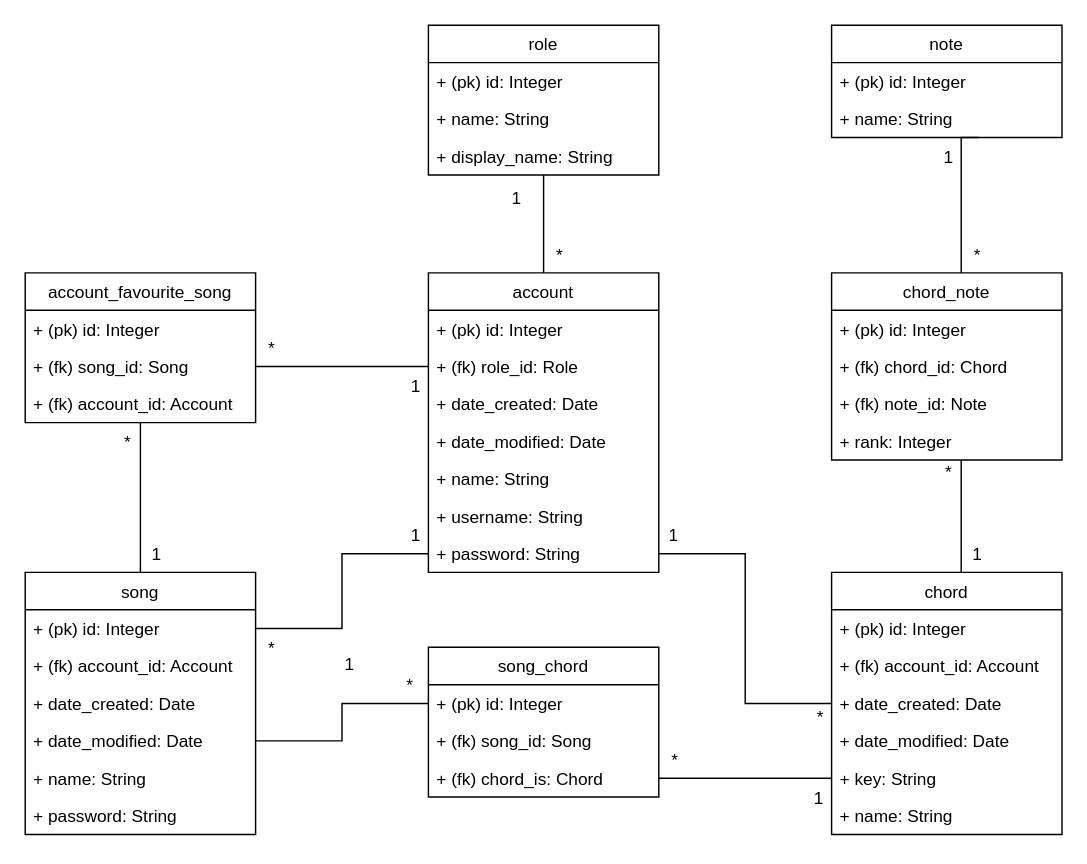
Earlier version of the draw.io diagram documentation/recourses/ChordDB_diagram.drawio (otahontas/chords). Source tidied: cells renumbered, new cells numbered last; positions are measured from the earlier drawing's top-left corner, leaving out a move shared by most shapes. Both pictures are drawn from the tidied source at 144%, with x=0, y=0 at pixel (24, 24).
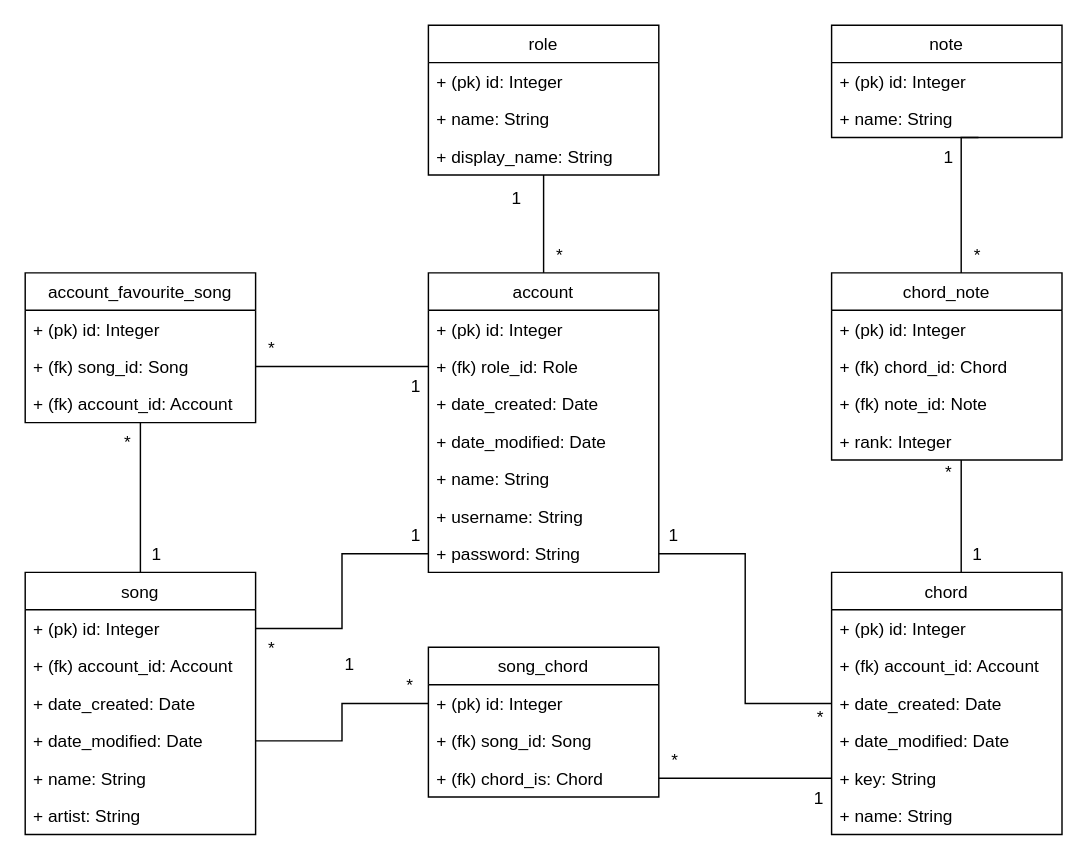
The same diagram, later.

The change refers to these unchanged cells:
```xml
<mxCell id="44" value="song" style="swimlane;fontStyle=0;horizontal=1;startSize=26;fillColor=none;" parent="1" vertex="1">
  <mxGeometry y="380" width="160" height="182" as="geometry" />
</mxCell>
```

The edit, as a diff of the source:
```diff
@@
-    <mxCell id="50" value="+ password: String" style="text;strokeColor=none;fillColor=none;align=left;verticalAlign=top;spacingLeft=4;spacingRight=4;overflow=hidden;" parent="44" vertex="1">
+    <mxCell id="50" value="+ artist: String" style="text;strokeColor=none;fillColor=none;align=left;verticalAlign=top;spacingLeft=4;spacingRight=4;overflow=hidden;" parent="44" vertex="1">
       <mxGeometry y="156" width="160" height="26" as="geometry" />
     </mxCell>
```
